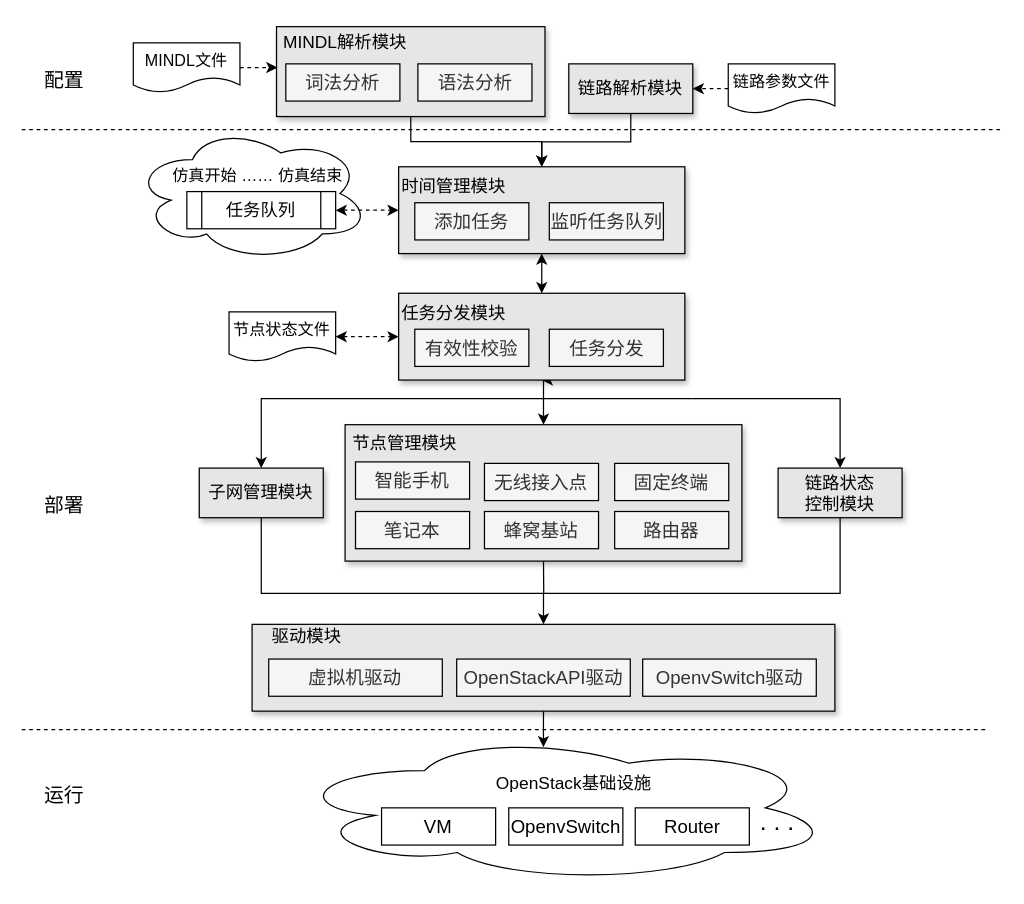
Above: page "renew_原型系统架构" (4 of 5) of 网络仿真系统.drawio in Icarus1994/neutron_conf (draw.io), before the change. Source tidied: cells renumbered, new cells numbered last; positions are measured from the earlier drawing's top-left corner, leaving out a move shared by most shapes. Both pictures are drawn from the tidied source at 124%, with x=0, y=0 at pixel (21, 26).
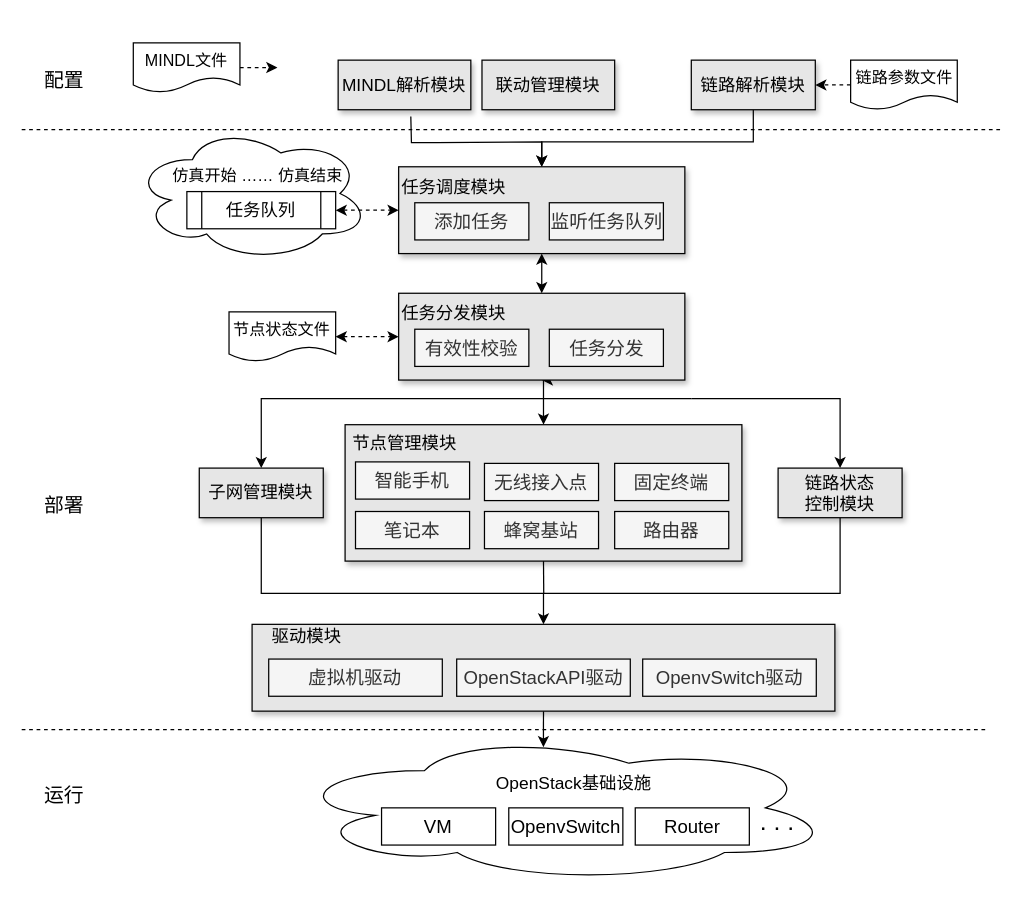
After the change.

The change refers to these unchanged cells:
```xml
<mxCell id="26" style="rounded=0;whiteSpace=wrap;html=1;fontSize=14;fillColor=#E6E6E6;shadow=1;" parent="1" vertex="1">
  <mxGeometry x="304" y="113" width="230.8" height="70" as="geometry" />
</mxCell>
```

Change to the diagram source:
```diff
@@
-    <mxCell id="3" style="edgeStyle=orthogonalEdgeStyle;rounded=0;jettySize=auto;html=1;exitX=0.5;exitY=1;exitDx=0;exitDy=0;entryX=0.5;entryY=0;entryDx=0;entryDy=0;" parent="1" edge="1" source="4" target="26">
-      <mxGeometry relative="1" as="geometry" />
+    <mxCell id="3" style="edgeStyle=orthogonalEdgeStyle;rounded=0;jettySize=auto;html=1;exitX=0.5;exitY=1;exitDx=0;exitDy=0;entryX=0.5;entryY=0;entryDx=0;entryDy=0;" parent="1" edge="1" target="26">
+      <mxGeometry relative="1" as="geometry">
+        <mxPoint x="313.8" y="72.5" as="sourcePoint" />
+      </mxGeometry>
     </mxCell>
-    <mxCell id="4" style="rounded=0;whiteSpace=wrap;html=1;fillColor=#E6E6E6;gradientColor=none;shadow=1;" parent="1" vertex="1">
-      <mxGeometry x="205.5" width="216.5" height="72.5" as="geometry" />
-    </mxCell>
-    <mxCell id="5" value="&lt;font style=&quot;font-size: 14px;&quot;&gt;MINDL解析模块&lt;/font&gt;" style="text;html=1;strokeColor=none;fillColor=none;align=center;verticalAlign=middle;whiteSpace=wrap;rounded=0;fontSize=14;" parent="1" vertex="1">
-      <mxGeometry x="205.5" y="3" width="110" height="20" as="geometry" />
-    </mxCell>
-    <mxCell id="6" value="&lt;span style=&quot;font-size: 15px&quot;&gt;词法分析&lt;/span&gt;" style="rounded=0;whiteSpace=wrap;html=1;fillColor=#f5f5f5;strokeColor=#000000;fontColor=#333333;" parent="1" vertex="1">
-      <mxGeometry x="213" y="30" width="92" height="30" as="geometry" />
-    </mxCell>
-    <mxCell id="7" value="&lt;span style=&quot;font-size: 15px&quot;&gt;语法分析&lt;/span&gt;" style="rounded=0;whiteSpace=wrap;html=1;fillColor=#f5f5f5;strokeColor=#000000;fontColor=#333333;" parent="1" vertex="1">
-      <mxGeometry x="319.5" y="30" width="92" height="30" as="geometry" />
-    </mxCell>
@@
     <mxCell id="13" value="链路参数文件" style="shape=document;whiteSpace=wrap;html=1;boundedLbl=1;fontSize=13;" parent="1" vertex="1">
-      <mxGeometry x="569.8" y="30" width="86" height="40" as="geometry" />
+      <mxGeometry x="668.5" y="27" width="86" height="40" as="geometry" />
     </mxCell>
@@
     <mxCell id="49" style="edgeStyle=orthogonalEdgeStyle;rounded=0;jettySize=auto;html=1;exitX=0.5;exitY=1;exitDx=0;exitDy=0;entryX=0.5;entryY=0;entryDx=0;entryDy=0;" parent="1" edge="1" source="50" target="26">
       <mxGeometry relative="1" as="geometry">
         <Array as="points">
-          <mxPoint x="491" y="93" />
+          <mxPoint x="590" y="93" />
           <mxPoint x="419" y="93" />
         </Array>
       </mxGeometry>
     </mxCell>
     <mxCell id="50" value="链路解析模块" style="rounded=0;whiteSpace=wrap;html=1;fontSize=14;fillColor=#E6E6E6;gradientColor=none;shadow=1;" parent="1" vertex="1">
-      <mxGeometry x="441.2" y="30" width="100" height="40" as="geometry" />
+      <mxGeometry x="540" y="27" width="100" height="40" as="geometry" />
     </mxCell>
@@
-    <mxCell id="55" value="&lt;font style=&quot;font-size: 14px&quot;&gt;时间管理模块&lt;/font&gt;" style="text;html=1;align=center;verticalAlign=middle;" parent="1" vertex="1">
-      <mxGeometry x="298" y="119" width="100" height="20" as="geometry" />
+    <mxCell id="55" value="&lt;font style=&quot;font-size: 14px&quot;&gt;任务调度模块&lt;/font&gt;" style="text;html=1;align=center;verticalAlign=middle;" parent="1" vertex="1">
+      <mxGeometry x="301" y="120" width="94" height="19" as="geometry" />
     </mxCell>
@@
+    <mxCell id="5" value="MINDL解析模块" style="rounded=0;whiteSpace=wrap;html=1;fontSize=14;fillColor=#E6E6E6;gradientColor=none;shadow=1;" parent="1" vertex="1">
+      <mxGeometry x="255.2" y="27" width="107" height="40" as="geometry" />
+    </mxCell>
+    <mxCell id="62" value="联动管理模块" style="rounded=0;whiteSpace=wrap;html=1;fontSize=14;fillColor=#E6E6E6;gradientColor=none;shadow=1;" parent="1" vertex="1">
+      <mxGeometry x="371.2" y="27" width="107" height="40" as="geometry" />
+    </mxCell>
```
